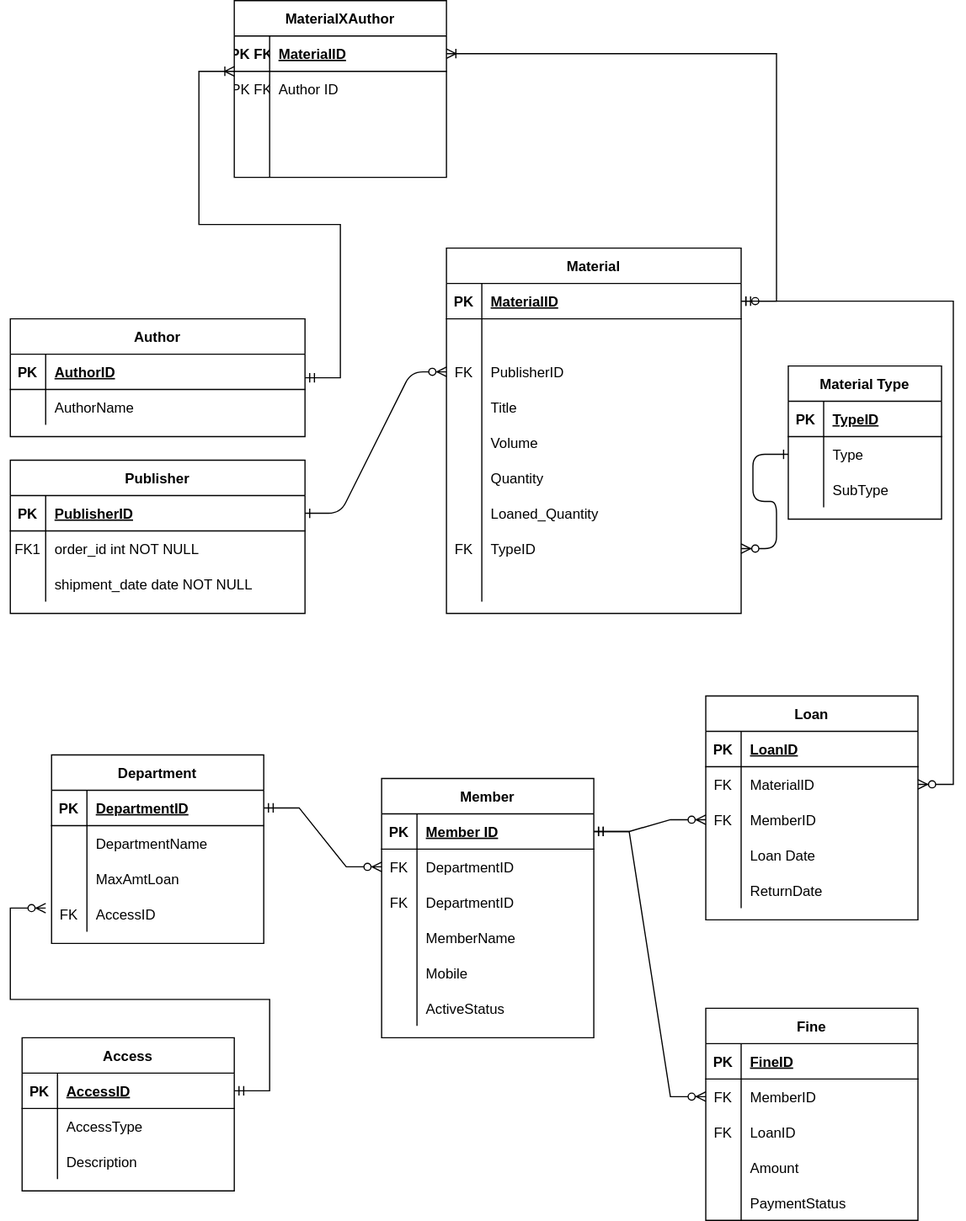
Earlier version of the draw.io export PostgreSQL/Library Management System.drawio.svg (Shubham0197/Training). Source tidied: cells renumbered, new cells last; positions are measured from the earlier drawing's top-left corner, leaving out a move shared by most shapes.
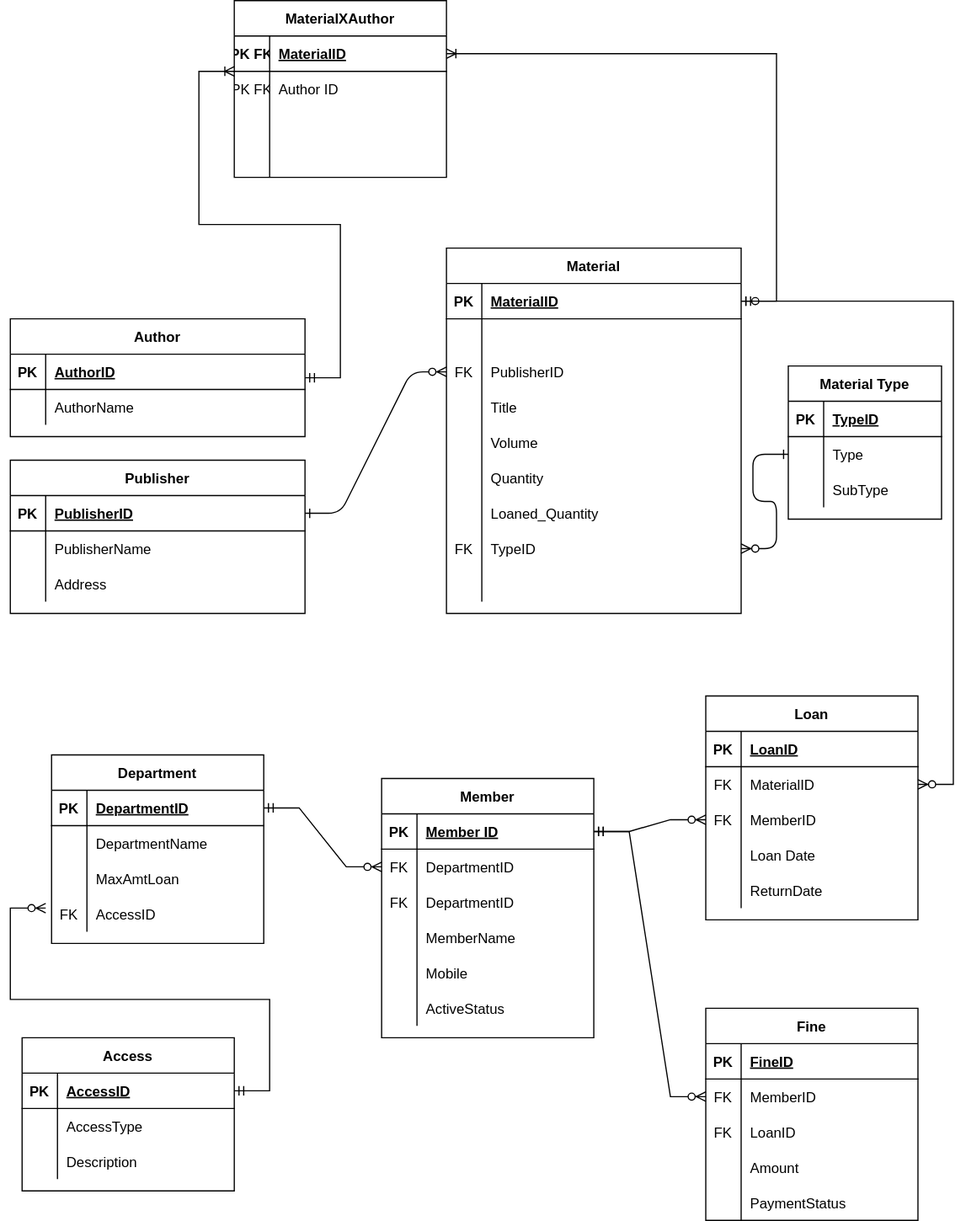
Later version of the same file.

Commit message:
Atrribute name correction of publisher entity

Diff of the diagram source:
```diff
@@ -107,10 +107,10 @@
     <mxCell id="36" style="shape=partialRectangle;fillColor=none;top=0;left=0;right=0;bottom=0;" parent="32" vertex="1">
       <mxGeometry y="60" width="250" height="30" as="geometry" />
     </mxCell>
-    <mxCell id="37" value="FK1" style="shape=partialRectangle;overflow=hidden;fillColor=none;top=0;left=0;bottom=0;right=0;" parent="36" vertex="1">
+    <mxCell id="37" style="shape=partialRectangle;overflow=hidden;fillColor=none;top=0;left=0;bottom=0;right=0;" parent="36" vertex="1">
       <mxGeometry width="30" height="30" as="geometry" />
     </mxCell>
-    <mxCell id="38" value="order_id int NOT NULL" style="shape=partialRectangle;overflow=hidden;fillColor=none;top=0;left=0;bottom=0;right=0;align=left;spacingLeft=6;" parent="36" vertex="1">
+    <mxCell id="38" value="PublisherName" style="shape=partialRectangle;overflow=hidden;fillColor=none;top=0;left=0;bottom=0;right=0;align=left;spacingLeft=6;" parent="36" vertex="1">
       <mxGeometry x="30" width="220" height="30" as="geometry" />
     </mxCell>
     <mxCell id="39" style="shape=partialRectangle;fillColor=none;top=0;left=0;right=0;bottom=0;" parent="32" vertex="1">
@@ -119,7 +119,7 @@
     <mxCell id="40" style="shape=partialRectangle;overflow=hidden;fillColor=none;top=0;left=0;bottom=0;right=0;" parent="39" vertex="1">
       <mxGeometry width="30" height="30" as="geometry" />
     </mxCell>
-    <mxCell id="41" value="shipment_date date NOT NULL" style="shape=partialRectangle;overflow=hidden;fillColor=none;top=0;left=0;bottom=0;right=0;align=left;spacingLeft=6;" parent="39" vertex="1">
+    <mxCell id="41" value="Address" style="shape=partialRectangle;overflow=hidden;fillColor=none;top=0;left=0;bottom=0;right=0;align=left;spacingLeft=6;" parent="39" vertex="1">
       <mxGeometry x="30" width="220" height="30" as="geometry" />
     </mxCell>
     <mxCell id="42" value="Author" style="shape=table;startSize=30;rowLines=0;fontStyle=1;align=center;" parent="1" vertex="1">
```
